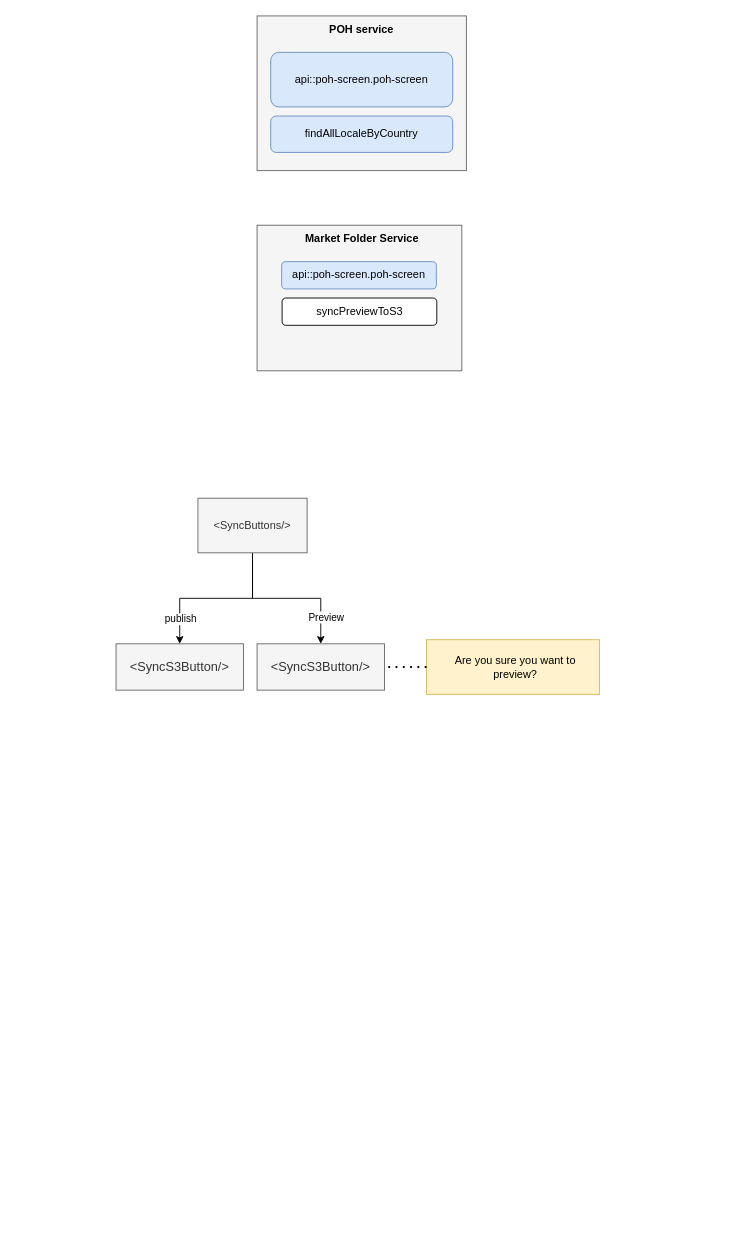
The draw.io diagram IPM CMS/Untitled Diagram.drawio in abdul-alaa/diagrams, before the edit. Source tidied: cells renumbered, new cells numbered last; positions are measured from the earlier drawing's top-left corner, leaving out a move shared by most shapes. Both pictures are drawn from the tidied source at 91%, with x=0, y=0 at pixel (116, 15).
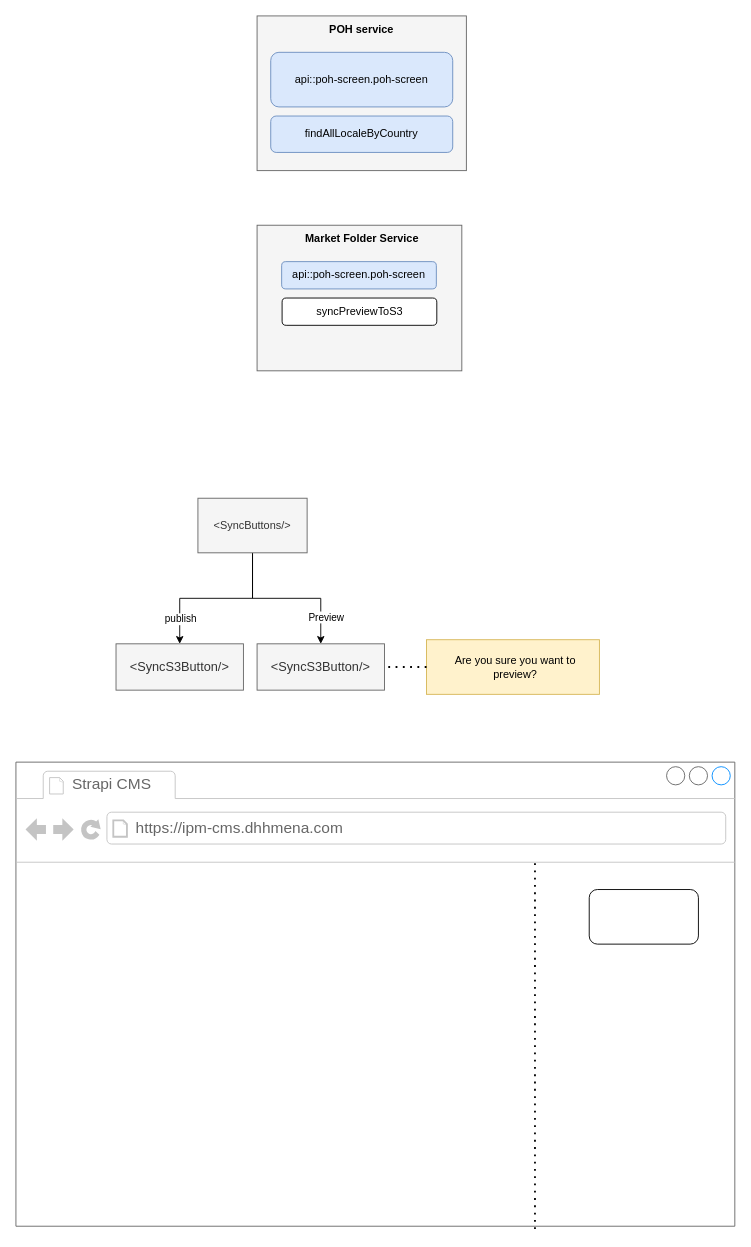
The same page after the edit.

What changed in the source:
```diff
@@
+    <mxCell id="19" style="strokeWidth=1;shadow=0;dashed=0;align=center;html=1;shape=mxgraph.mockup.containers.browserWindow;rSize=0;strokeColor=#666666;strokeColor2=#008cff;strokeColor3=#c4c4c4;mainText=,;" parent="1" vertex="1">
+      <mxGeometry x="-110" y="820" width="790" height="510" as="geometry" />
+    </mxCell>
+    <mxCell id="20" value="Strapi CMS" style="strokeWidth=1;shadow=0;dashed=0;align=center;html=1;shape=mxgraph.mockup.containers.anchor;fontSize=17;fontColor=#666666;align=left;whiteSpace=wrap;" parent="19" vertex="1">
+      <mxGeometry x="60" y="12" width="110" height="26" as="geometry" />
+    </mxCell>
+    <mxCell id="21" value="https://ipm-cms.dhhmena.com" style="strokeWidth=1;shadow=0;dashed=0;align=center;html=1;shape=mxgraph.mockup.containers.anchor;rSize=0;fontSize=17;fontColor=#666666;align=left;" parent="19" vertex="1">
+      <mxGeometry x="130" y="60" width="250" height="26" as="geometry" />
+    </mxCell>
+    <mxCell id="22" style="rounded=1;whiteSpace=wrap;html=1;" parent="19" vertex="1">
+      <mxGeometry x="630" y="140" width="120" height="60" as="geometry" />
+    </mxCell>
+    <mxCell id="23" style="endArrow=none;dashed=1;html=1;dashPattern=1 3;strokeWidth=2;rounded=0;entryX=0.722;entryY=0.214;entryDx=0;entryDy=0;entryPerimeter=0;exitX=0.722;exitY=1.006;exitDx=0;exitDy=0;exitPerimeter=0;" parent="1" edge="1" source="19" target="19">
+      <mxGeometry relative="1" as="geometry" />
+    </mxCell>
```
